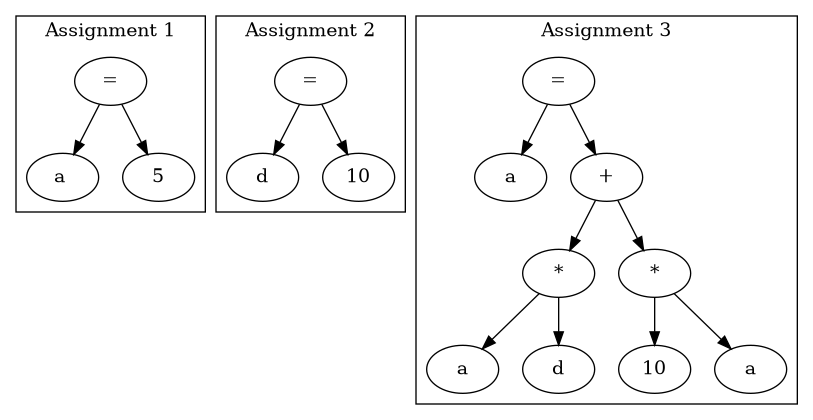
Above: cpp/parse_tree.png in Akshat005Chaudhary/Compiler-PBL (Graphviz), before the change. Its source is kept beside it as cpp/parse_tree.dot. Its diagram source:
```dot
digraph ParseTree {
  subgraph cluster_0 {
    label="Assignment 1";
  0 [label="="];
  1 [label="a "];
  0 -> 1;
  2 [label="1"];
  0 -> 2;
  }
}
```
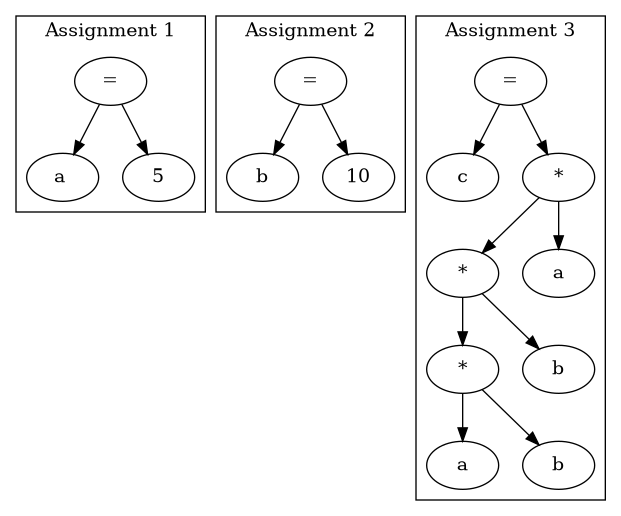
After the commit.

What changed in the source:
```diff
@@ -2,9 +2,9 @@
   subgraph cluster_0 {
     label="Assignment 1";
   0 [label="="];
-  1 [label="a "];
+  1 [label="x "];
   0 -> 1;
-  2 [label="1"];
+  2 [label="20"];
   0 -> 2;
   }
 }
```
